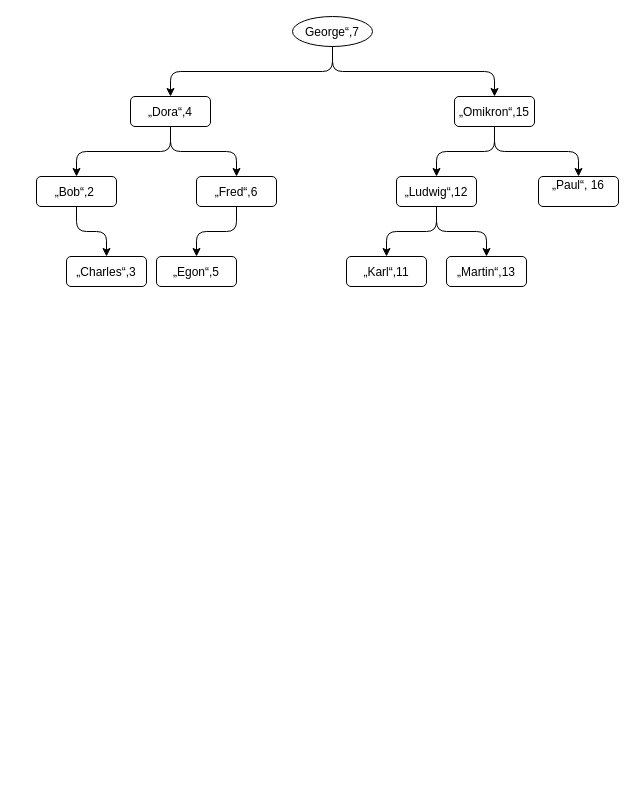
Ka1serM/draw.io keeps this draw.io diagram as JavaBaumFall1.drawio. Above is the earlier version. Source tidied: cells renumbered, new cells numbered last; positions are measured from the earlier drawing's top-left corner, leaving out a move shared by most shapes. Both pictures are drawn from the tidied source at 100%, with x=0, y=0 at pixel (36, 16).
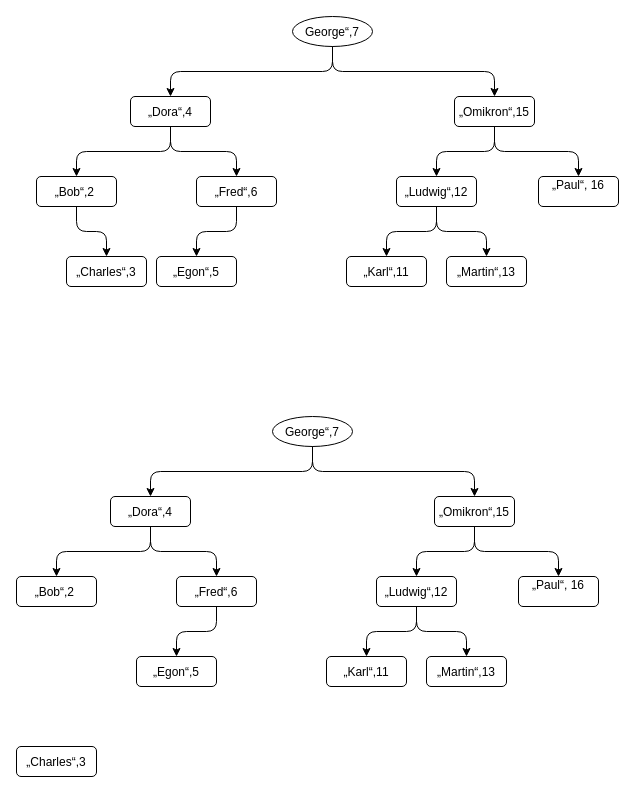
After the change.

Change to the diagram source:
```diff
@@
+    <mxCell id="23" value="George“,7" style="ellipse;" parent="1" vertex="1">
+      <mxGeometry x="236" y="400" width="80" height="30" as="geometry" />
+    </mxCell>
+    <mxCell id="24" value="„Dora“,4" style="rounded=1;" parent="1" vertex="1">
+      <mxGeometry x="74" y="480" width="80" height="30" as="geometry" />
+    </mxCell>
+    <mxCell id="25" style="edgeStyle=elbowEdgeStyle;elbow=vertical;" parent="1" edge="1" source="23" target="24">
+      <mxGeometry relative="1" as="geometry" />
+    </mxCell>
+    <mxCell id="26" value="„Omikron“,15" style="rounded=1;" parent="1" vertex="1">
+      <mxGeometry x="398" y="480" width="80" height="30" as="geometry" />
+    </mxCell>
+    <mxCell id="27" style="edgeStyle=elbowEdgeStyle;elbow=vertical;" parent="1" edge="1" source="23" target="26">
+      <mxGeometry relative="1" as="geometry" />
+    </mxCell>
+    <mxCell id="28" value="„Bob“,2 " style="rounded=1;" parent="1" vertex="1">
+      <mxGeometry x="-20" y="560" width="80" height="30" as="geometry" />
+    </mxCell>
+    <mxCell id="29" style="edgeStyle=elbowEdgeStyle;elbow=vertical;" parent="1" edge="1" source="24" target="28">
+      <mxGeometry relative="1" as="geometry" />
+    </mxCell>
+    <mxCell id="30" value="„Fred“,6" style="rounded=1;" parent="1" vertex="1">
+      <mxGeometry x="140" y="560" width="80" height="30" as="geometry" />
+    </mxCell>
+    <mxCell id="31" style="edgeStyle=elbowEdgeStyle;elbow=vertical;" parent="1" edge="1" source="24" target="30">
+      <mxGeometry relative="1" as="geometry" />
+    </mxCell>
+    <mxCell id="32" value="„Egon“,5" style="rounded=1;" parent="1" vertex="1">
+      <mxGeometry x="100" y="640" width="80" height="30" as="geometry" />
+    </mxCell>
+    <mxCell id="33" style="edgeStyle=elbowEdgeStyle;elbow=vertical;" parent="1" edge="1" source="30" target="32">
+      <mxGeometry relative="1" as="geometry" />
+    </mxCell>
+    <mxCell id="34" value="„Charles“,3 " style="rounded=1;" parent="1" vertex="1">
+      <mxGeometry x="-20" y="730" width="80" height="30" as="geometry" />
+    </mxCell>
+    <mxCell id="35" value="„Ludwig“,12" style="rounded=1;" parent="1" vertex="1">
+      <mxGeometry x="340" y="560" width="80" height="30" as="geometry" />
+    </mxCell>
+    <mxCell id="36" style="edgeStyle=elbowEdgeStyle;elbow=vertical;" parent="1" edge="1" source="26" target="35">
+      <mxGeometry relative="1" as="geometry" />
+    </mxCell>
+    <mxCell id="37" value="„Karl“,11" style="rounded=1;" parent="1" vertex="1">
+      <mxGeometry x="290" y="640" width="80" height="30" as="geometry" />
+    </mxCell>
+    <mxCell id="38" style="edgeStyle=elbowEdgeStyle;elbow=vertical;" parent="1" edge="1" source="35" target="37">
+      <mxGeometry relative="1" as="geometry" />
+    </mxCell>
+    <mxCell id="39" value="„Martin“,13" style="rounded=1;" parent="1" vertex="1">
+      <mxGeometry x="390" y="640" width="80" height="30" as="geometry" />
+    </mxCell>
+    <mxCell id="40" style="edgeStyle=elbowEdgeStyle;elbow=vertical;" parent="1" edge="1" source="35" target="39">
+      <mxGeometry relative="1" as="geometry" />
+    </mxCell>
+    <mxCell id="41" value="„Paul“, 16&#10;" style="rounded=1;" parent="1" vertex="1">
+      <mxGeometry x="482" y="560" width="80" height="30" as="geometry" />
+    </mxCell>
+    <mxCell id="42" style="edgeStyle=elbowEdgeStyle;elbow=vertical;" parent="1" edge="1" source="26" target="41">
+      <mxGeometry relative="1" as="geometry" />
+    </mxCell>
```
